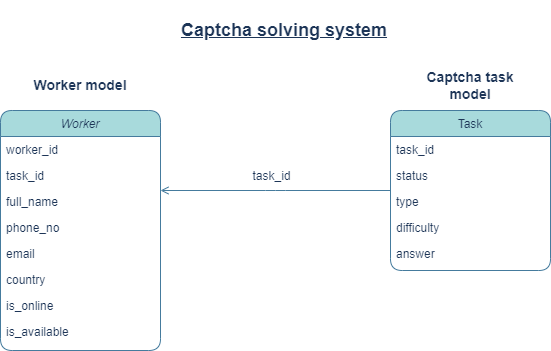
Above: raildog.drawio.png in officialHaze/raildog_api (draw.io), before the change. Source tidied: cells renumbered, new cells last; positions are measured from the earlier drawing's top-left corner, leaving out a move shared by most shapes.
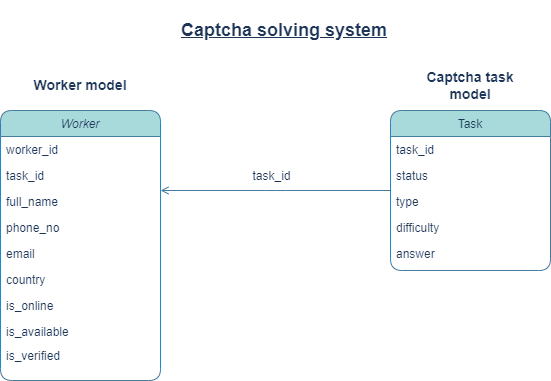
Above is the later version.

What changed in the source:
```diff
@@ -3,7 +3,7 @@
     <mxCell id="0" />
     <mxCell id="1" parent="0" />
     <mxCell id="2" value="Worker" style="swimlane;fontStyle=2;align=center;verticalAlign=top;horizontal=1;startSize=26;rounded=1;shadow=0;strokeWidth=1;labelBackgroundColor=none;fillColor=#A8DADC;strokeColor=#457B9D;fontColor=#1D3557;" parent="1" vertex="1">
-      <mxGeometry y="110" width="160" height="240" as="geometry" />
+      <mxGeometry y="110" width="160" height="270" as="geometry" />
     </mxCell>
     <mxCell id="3" value="worker_id" style="text;align=left;verticalAlign=top;spacingLeft=4;spacingRight=4;overflow=hidden;rounded=1;shadow=0;html=0;labelBackgroundColor=none;fontColor=#1D3557;" parent="2" vertex="1">
       <mxGeometry y="26" width="160" height="26" as="geometry" />
@@ -29,6 +29,9 @@
     <mxCell id="10" value="is_available" style="text;align=left;verticalAlign=top;spacingLeft=4;spacingRight=4;overflow=hidden;rounded=1;shadow=0;html=0;labelBackgroundColor=none;fontColor=#1D3557;" parent="2" vertex="1">
       <mxGeometry y="208" width="160" height="24" as="geometry" />
     </mxCell>
+    <mxCell id="22" value="is_verified" style="text;align=left;verticalAlign=top;spacingLeft=4;spacingRight=4;overflow=hidden;rounded=1;shadow=0;html=0;labelBackgroundColor=none;fontColor=#1D3557;" parent="2" vertex="1">
+      <mxGeometry y="232" width="160" height="24" as="geometry" />
+    </mxCell>
     <mxCell id="11" value="Task" style="swimlane;fontStyle=0;align=center;verticalAlign=top;horizontal=1;startSize=26;rounded=1;shadow=0;strokeWidth=1;labelBackgroundColor=none;fillColor=#A8DADC;strokeColor=#457B9D;fontColor=#1D3557;" parent="1" vertex="1">
       <mxGeometry x="390" y="110" width="160" height="160" as="geometry" />
     </mxCell>
```
